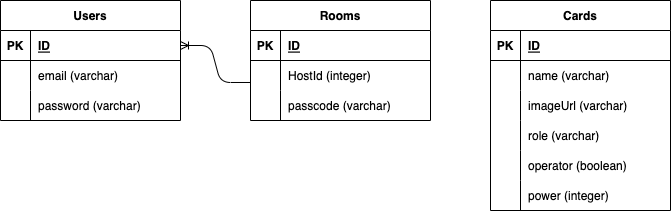
Before: db-schema.drawio.png, a diagram exported from draw.io (mystic-card/mystic-repo). Source tidied: cells renumbered, new cells last; positions are measured from the earlier drawing's top-left corner, leaving out a move shared by most shapes.
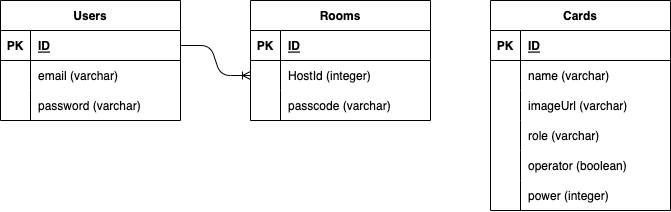
Later version of the same file.

What changed in the source:
```diff
@@ -119,7 +119,7 @@
     <mxCell id="40" value="passcode (varchar)" style="shape=partialRectangle;fillColor=none;top=0;left=0;bottom=0;right=0;align=left;spacingLeft=6;overflow=hidden;" parent="38" vertex="1">
       <mxGeometry x="30" width="150" height="30" as="geometry" />
     </mxCell>
-    <mxCell id="41" style="edgeStyle=entityRelationEdgeStyle;fontSize=12;html=1;endArrow=ERoneToMany;entryX=1;entryY=0.5;entryDx=0;entryDy=0;exitX=0;exitY=0.733;exitDx=0;exitDy=0;exitPerimeter=0;" parent="1" edge="1" source="35" target="3">
+    <mxCell id="41" style="edgeStyle=entityRelationEdgeStyle;fontSize=12;html=1;endArrow=ERoneToMany;" parent="1" edge="1" source="3" target="35">
       <mxGeometry relative="1" as="geometry" />
     </mxCell>
   </root>
```
